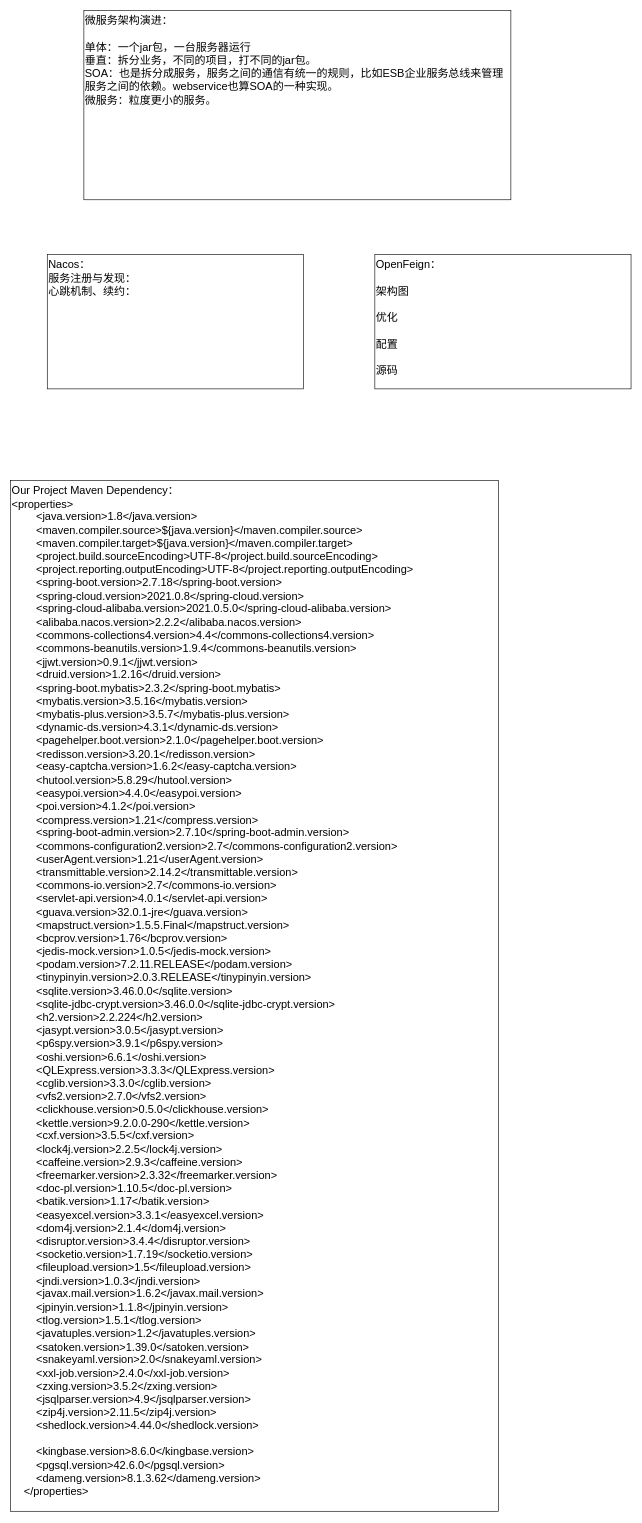
KGwolf/MyDraw keeps this draw.io diagram as JAVA/微服务.drawio. Above is the earlier version. Source tidied: cells renumbered, new cells numbered last; positions are measured from the earlier drawing's top-left corner, leaving out a move shared by most shapes. Both pictures are drawn from the tidied source at 61%, with x=0, y=0 at pixel (10, 10).
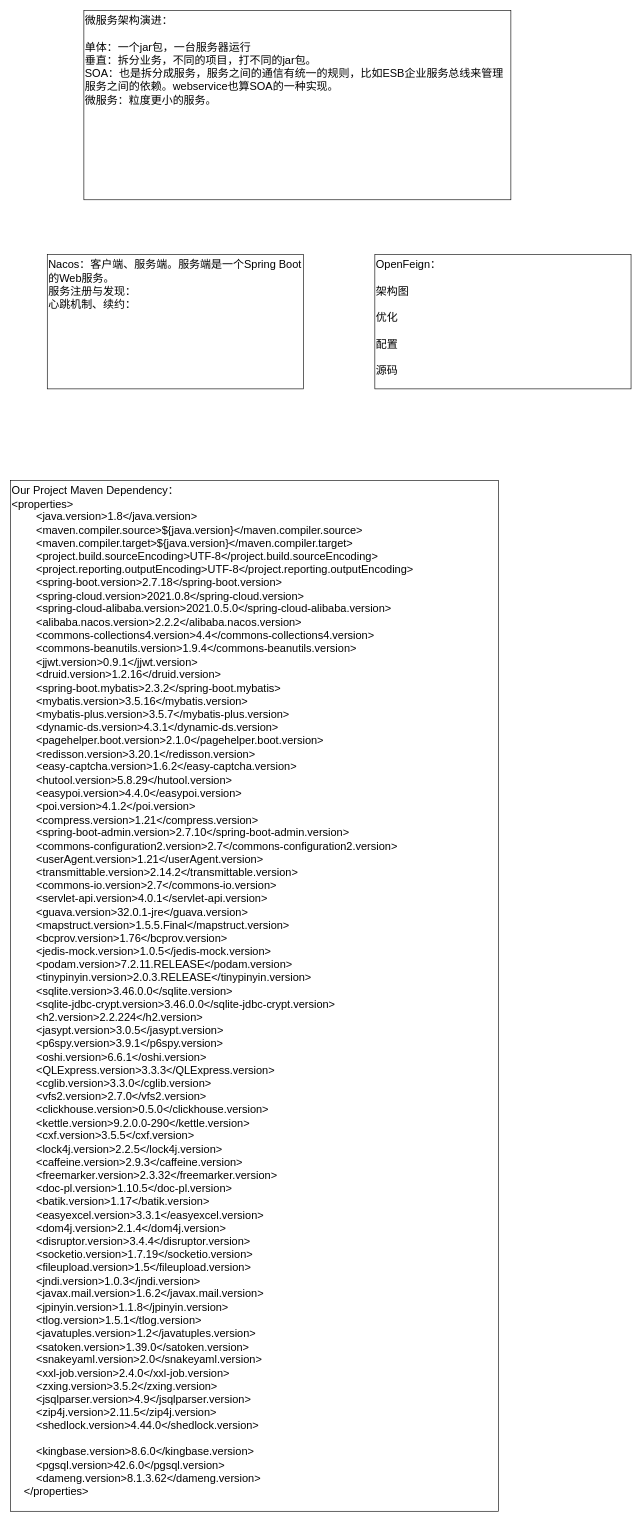
After the change.

Commit message:
更新微服务.drawio

The edit, as a diff of the source:
```diff
@@
 <mxGraphModel>
   <root>
     <mxCell id="0" />
     <mxCell id="1" parent="0" />
-    <mxCell id="2" value="Nacos：&lt;div&gt;服务注册与发现：&lt;/div&gt;&lt;div&gt;心跳机制、续约：&lt;br&gt;&lt;div&gt;&lt;br&gt;&lt;/div&gt;&lt;/div&gt;" style="rounded=0;whiteSpace=wrap;html=1;fontSize=18;verticalAlign=top;align=left;" parent="1" vertex="1">
+    <mxCell id="2" value="Nacos：客户端、服务端。服务端是一个Spring Boot的Web服务。&lt;div&gt;服务注册与发现：&lt;/div&gt;&lt;div&gt;心跳机制、续约：&lt;br&gt;&lt;div&gt;&lt;br&gt;&lt;/div&gt;&lt;/div&gt;" style="rounded=0;whiteSpace=wrap;html=1;fontSize=18;verticalAlign=top;align=left;" parent="1" vertex="1">
       <mxGeometry x="60" y="400" width="420" height="220" as="geometry" />
     </mxCell>
     <mxCell id="3" value="&lt;div&gt;OpenFeign：&lt;/div&gt;&lt;div&gt;&lt;br&gt;&lt;/div&gt;&lt;div&gt;架构图&lt;/div&gt;&lt;div&gt;&lt;br&gt;&lt;/div&gt;&lt;div&gt;优化&lt;/div&gt;&lt;div&gt;&lt;br&gt;&lt;/div&gt;&lt;div&gt;配置&lt;/div&gt;&lt;div&gt;&lt;br&gt;&lt;/div&gt;&lt;div&gt;源码&lt;/div&gt;" style="rounded=0;whiteSpace=wrap;html=1;fontSize=18;verticalAlign=top;align=left;" parent="1" vertex="1">
       <mxGeometry x="597" y="400" width="420" height="220" as="geometry" />
     </mxCell>
     <mxCell id="4" value="Our Project Maven Dependency：&lt;div&gt;&lt;div&gt;&amp;lt;properties&amp;gt;&lt;/div&gt;&lt;div&gt;&amp;nbsp; &amp;nbsp; &amp;nbsp; &amp;nbsp; &amp;lt;java.version&amp;gt;1.8&amp;lt;/java.version&amp;gt;&lt;/div&gt;&lt;div&gt;&amp;nbsp; &amp;nbsp; &amp;nbsp; &amp;nbsp; &amp;lt;maven.compiler.source&amp;gt;${java.version}&amp;lt;/maven.compiler.source&amp;gt;&lt;/div&gt;&lt;div&gt;&amp;nbsp; &amp;nbsp; &amp;nbsp; &amp;nbsp; &amp;lt;maven.compiler.target&amp;gt;${java.version}&amp;lt;/maven.compiler.target&amp;gt;&lt;/div&gt;&lt;div&gt;&amp;nbsp; &amp;nbsp; &amp;nbsp; &amp;nbsp; &amp;lt;project.build.sourceEncoding&amp;gt;UTF-8&amp;lt;/project.build.sourceEncoding&amp;gt;&lt;/div&gt;&lt;div&gt;&amp;nbsp; &amp;nbsp; &amp;nbsp; &amp;nbsp; &amp;lt;project.reporting.outputEncoding&amp;gt;UTF-8&amp;lt;/project.reporting.outputEncoding&amp;gt;&lt;/div&gt;&lt;div&gt;&amp;nbsp; &amp;nbsp; &amp;nbsp; &amp;nbsp; &amp;lt;spring-boot.version&amp;gt;2.7.18&amp;lt;/spring-boot.version&amp;gt;&lt;/div&gt;&lt;div&gt;&amp;nbsp; &amp;nbsp; &amp;nbsp; &amp;nbsp; &amp;lt;spring-cloud.version&amp;gt;2021.0.8&amp;lt;/spring-cloud.version&amp;gt;&lt;/div&gt;&lt;div&gt;&amp;nbsp; &amp;nbsp; &amp;nbsp; &amp;nbsp; &amp;lt;spring-cloud-alibaba.version&amp;gt;2021.0.5.0&amp;lt;/spring-cloud-alibaba.version&amp;gt;&lt;/div&gt;&lt;div&gt;&amp;nbsp; &amp;nbsp; &amp;nbsp; &amp;nbsp; &amp;lt;alibaba.nacos.version&amp;gt;2.2.2&amp;lt;/alibaba.nacos.version&amp;gt;&lt;/div&gt;&lt;div&gt;&amp;nbsp; &amp;nbsp; &amp;nbsp; &amp;nbsp; &amp;lt;commons-collections4.version&amp;gt;4.4&amp;lt;/commons-collections4.version&amp;gt;&lt;/div&gt;&lt;div&gt;&amp;nbsp; &amp;nbsp; &amp;nbsp; &amp;nbsp; &amp;lt;commons-beanutils.version&amp;gt;1.9.4&amp;lt;/commons-beanutils.version&amp;gt;&lt;/div&gt;&lt;div&gt;&amp;nbsp; &amp;nbsp; &amp;nbsp; &amp;nbsp; &amp;lt;jjwt.version&amp;gt;0.9.1&amp;lt;/jjwt.version&amp;gt;&lt;/div&gt;&lt;div&gt;&amp;nbsp; &amp;nbsp; &amp;nbsp; &amp;nbsp; &amp;lt;druid.version&amp;gt;1.2.16&amp;lt;/druid.version&amp;gt;&lt;/div&gt;&lt;div&gt;&amp;nbsp; &amp;nbsp; &amp;nbsp; &amp;nbsp; &amp;lt;spring-boot.mybatis&amp;gt;2.3.2&amp;lt;/spring-boot.mybatis&amp;gt;&lt;/div&gt;&lt;div&gt;&amp;nbsp; &amp;nbsp; &amp;nbsp; &amp;nbsp; &amp;lt;mybatis.version&amp;gt;3.5.16&amp;lt;/mybatis.version&amp;gt;&lt;/div&gt;&lt;div&gt;&amp;nbsp; &amp;nbsp; &amp;nbsp; &amp;nbsp; &amp;lt;mybatis-plus.version&amp;gt;3.5.7&amp;lt;/mybatis-plus.version&amp;gt;&lt;/div&gt;&lt;div&gt;&amp;nbsp; &amp;nbsp; &amp;nbsp; &amp;nbsp; &amp;lt;dynamic-ds.version&amp;gt;4.3.1&amp;lt;/dynamic-ds.version&amp;gt;&lt;/div&gt;&lt;div&gt;&amp;nbsp; &amp;nbsp; &amp;nbsp; &amp;nbsp; &amp;lt;pagehelper.boot.version&amp;gt;2.1.0&amp;lt;/pagehelper.boot.version&amp;gt;&lt;/div&gt;&lt;div&gt;&amp;nbsp; &amp;nbsp; &amp;nbsp; &amp;nbsp; &amp;lt;redisson.version&amp;gt;3.20.1&amp;lt;/redisson.version&amp;gt;&lt;/div&gt;&lt;div&gt;&amp;nbsp; &amp;nbsp; &amp;nbsp; &amp;nbsp; &amp;lt;easy-captcha.version&amp;gt;1.6.2&amp;lt;/easy-captcha.version&amp;gt;&lt;/div&gt;&lt;div&gt;&amp;nbsp; &amp;nbsp; &amp;nbsp; &amp;nbsp; &amp;lt;hutool.version&amp;gt;5.8.29&amp;lt;/hutool.version&amp;gt;&lt;/div&gt;&lt;div&gt;&amp;nbsp; &amp;nbsp; &amp;nbsp; &amp;nbsp; &amp;lt;easypoi.version&amp;gt;4.4.0&amp;lt;/easypoi.version&amp;gt;&lt;/div&gt;&lt;div&gt;&amp;nbsp; &amp;nbsp; &amp;nbsp; &amp;nbsp; &amp;lt;poi.version&amp;gt;4.1.2&amp;lt;/poi.version&amp;gt;&lt;/div&gt;&lt;div&gt;&amp;nbsp; &amp;nbsp; &amp;nbsp; &amp;nbsp; &amp;lt;compress.version&amp;gt;1.21&amp;lt;/compress.version&amp;gt;&lt;/div&gt;&lt;div&gt;&amp;nbsp; &amp;nbsp; &amp;nbsp; &amp;nbsp; &amp;lt;spring-boot-admin.version&amp;gt;2.7.10&amp;lt;/spring-boot-admin.version&amp;gt;&lt;/div&gt;&lt;div&gt;&amp;nbsp; &amp;nbsp; &amp;nbsp; &amp;nbsp; &amp;lt;commons-configuration2.version&amp;gt;2.7&amp;lt;/commons-configuration2.version&amp;gt;&lt;/div&gt;&lt;div&gt;&amp;nbsp; &amp;nbsp; &amp;nbsp; &amp;nbsp; &amp;lt;userAgent.version&amp;gt;1.21&amp;lt;/userAgent.version&amp;gt;&lt;/div&gt;&lt;div&gt;&amp;nbsp; &amp;nbsp; &amp;nbsp; &amp;nbsp; &amp;lt;transmittable.version&amp;gt;2.14.2&amp;lt;/transmittable.version&amp;gt;&lt;/div&gt;&lt;div&gt;&amp;nbsp; &amp;nbsp; &amp;nbsp; &amp;nbsp; &amp;lt;commons-io.version&amp;gt;2.7&amp;lt;/commons-io.version&amp;gt;&lt;/div&gt;&lt;div&gt;&amp;nbsp; &amp;nbsp; &amp;nbsp; &amp;nbsp; &amp;lt;servlet-api.version&amp;gt;4.0.1&amp;lt;/servlet-api.version&amp;gt;&lt;/div&gt;&lt;div&gt;&amp;nbsp; &amp;nbsp; &amp;nbsp; &amp;nbsp; &amp;lt;guava.version&amp;gt;32.0.1-jre&amp;lt;/guava.version&amp;gt;&lt;/div&gt;&lt;div&gt;&amp;nbsp; &amp;nbsp; &amp;nbsp; &amp;nbsp; &amp;lt;mapstruct.version&amp;gt;1.5.5.Final&amp;lt;/mapstruct.version&amp;gt;&lt;/div&gt;&lt;div&gt;&amp;nbsp; &amp;nbsp; &amp;nbsp; &amp;nbsp; &amp;lt;bcprov.version&amp;gt;1.76&amp;lt;/bcprov.version&amp;gt;&lt;/div&gt;&lt;div&gt;&amp;nbsp; &amp;nbsp; &amp;nbsp; &amp;nbsp; &amp;lt;jedis-mock.version&amp;gt;1.0.5&amp;lt;/jedis-mock.version&amp;gt;&lt;/div&gt;&lt;div&gt;&amp;nbsp; &amp;nbsp; &amp;nbsp; &amp;nbsp; &amp;lt;podam.version&amp;gt;7.2.11.RELEASE&amp;lt;/podam.version&amp;gt;&lt;/div&gt;&lt;div&gt;&amp;nbsp; &amp;nbsp; &amp;nbsp; &amp;nbsp; &amp;lt;tinypinyin.version&amp;gt;2.0.3.RELEASE&amp;lt;/tinypinyin.version&amp;gt;&lt;/div&gt;&lt;div&gt;&amp;nbsp; &amp;nbsp; &amp;nbsp; &amp;nbsp; &amp;lt;sqlite.version&amp;gt;3.46.0.0&amp;lt;/sqlite.version&amp;gt;&lt;/div&gt;&lt;div&gt;&amp;nbsp; &amp;nbsp; &amp;nbsp; &amp;nbsp; &amp;lt;sqlite-jdbc-crypt.version&amp;gt;3.46.0.0&amp;lt;/sqlite-jdbc-crypt.version&amp;gt;&lt;/div&gt;&lt;div&gt;&amp;nbsp; &amp;nbsp; &amp;nbsp; &amp;nbsp; &amp;lt;h2.version&amp;gt;2.2.224&amp;lt;/h2.version&amp;gt;&lt;/div&gt;&lt;div&gt;&amp;nbsp; &amp;nbsp; &amp;nbsp; &amp;nbsp; &amp;lt;jasypt.version&amp;gt;3.0.5&amp;lt;/jasypt.version&amp;gt;&lt;/div&gt;&lt;div&gt;&amp;nbsp; &amp;nbsp; &amp;nbsp; &amp;nbsp; &amp;lt;p6spy.version&amp;gt;3.9.1&amp;lt;/p6spy.version&amp;gt;&lt;/div&gt;&lt;div&gt;&amp;nbsp; &amp;nbsp; &amp;nbsp; &amp;nbsp; &amp;lt;oshi.version&amp;gt;6.6.1&amp;lt;/oshi.version&amp;gt;&lt;/div&gt;&lt;div&gt;&amp;nbsp; &amp;nbsp; &amp;nbsp; &amp;nbsp; &amp;lt;QLExpress.version&amp;gt;3.3.3&amp;lt;/QLExpress.version&amp;gt;&lt;/div&gt;&lt;div&gt;&amp;nbsp; &amp;nbsp; &amp;nbsp; &amp;nbsp; &amp;lt;cglib.version&amp;gt;3.3.0&amp;lt;/cglib.version&amp;gt;&lt;/div&gt;&lt;div&gt;&amp;nbsp; &amp;nbsp; &amp;nbsp; &amp;nbsp; &amp;lt;vfs2.version&amp;gt;2.7.0&amp;lt;/vfs2.version&amp;gt;&lt;/div&gt;&lt;div&gt;&amp;nbsp; &amp;nbsp; &amp;nbsp; &amp;nbsp; &amp;lt;clickhouse.version&amp;gt;0.5.0&amp;lt;/clickhouse.version&amp;gt;&lt;/div&gt;&lt;div&gt;&amp;nbsp; &amp;nbsp; &amp;nbsp; &amp;nbsp; &amp;lt;kettle.version&amp;gt;9.2.0.0-290&amp;lt;/kettle.version&amp;gt;&lt;/div&gt;&lt;div&gt;&amp;nbsp; &amp;nbsp; &amp;nbsp; &amp;nbsp; &amp;lt;cxf.version&amp;gt;3.5.5&amp;lt;/cxf.version&amp;gt;&lt;/div&gt;&lt;div&gt;&amp;nbsp; &amp;nbsp; &amp;nbsp; &amp;nbsp; &amp;lt;lock4j.version&amp;gt;2.2.5&amp;lt;/lock4j.version&amp;gt;&lt;/div&gt;&lt;div&gt;&amp;nbsp; &amp;nbsp; &amp;nbsp; &amp;nbsp; &amp;lt;caffeine.version&amp;gt;2.9.3&amp;lt;/caffeine.version&amp;gt;&lt;/div&gt;&lt;div&gt;&amp;nbsp; &amp;nbsp; &amp;nbsp; &amp;nbsp; &amp;lt;freemarker.version&amp;gt;2.3.32&amp;lt;/freemarker.version&amp;gt;&lt;/div&gt;&lt;div&gt;&amp;nbsp; &amp;nbsp; &amp;nbsp; &amp;nbsp; &amp;lt;doc-pl.version&amp;gt;1.10.5&amp;lt;/doc-pl.version&amp;gt;&lt;/div&gt;&lt;div&gt;&amp;nbsp; &amp;nbsp; &amp;nbsp; &amp;nbsp; &amp;lt;batik.version&amp;gt;1.17&amp;lt;/batik.version&amp;gt;&lt;/div&gt;&lt;div&gt;&amp;nbsp; &amp;nbsp; &amp;nbsp; &amp;nbsp; &amp;lt;easyexcel.version&amp;gt;3.3.1&amp;lt;/easyexcel.version&amp;gt;&lt;/div&gt;&lt;div&gt;&amp;nbsp; &amp;nbsp; &amp;nbsp; &amp;nbsp; &amp;lt;dom4j.version&amp;gt;2.1.4&amp;lt;/dom4j.version&amp;gt;&lt;/div&gt;&lt;div&gt;&amp;nbsp; &amp;nbsp; &amp;nbsp; &amp;nbsp; &amp;lt;disruptor.version&amp;gt;3.4.4&amp;lt;/disruptor.version&amp;gt;&lt;/div&gt;&lt;div&gt;&amp;nbsp; &amp;nbsp; &amp;nbsp; &amp;nbsp; &amp;lt;socketio.version&amp;gt;1.7.19&amp;lt;/socketio.version&amp;gt;&lt;/div&gt;&lt;div&gt;&amp;nbsp; &amp;nbsp; &amp;nbsp; &amp;nbsp; &amp;lt;fileupload.version&amp;gt;1.5&amp;lt;/fileupload.version&amp;gt;&lt;/div&gt;&lt;div&gt;&amp;nbsp; &amp;nbsp; &amp;nbsp; &amp;nbsp; &amp;lt;jndi.version&amp;gt;1.0.3&amp;lt;/jndi.version&amp;gt;&lt;/div&gt;&lt;div&gt;&amp;nbsp; &amp;nbsp; &amp;nbsp; &amp;nbsp; &amp;lt;javax.mail.version&amp;gt;1.6.2&amp;lt;/javax.mail.version&amp;gt;&lt;/div&gt;&lt;div&gt;&amp;nbsp; &amp;nbsp; &amp;nbsp; &amp;nbsp; &amp;lt;jpinyin.version&amp;gt;1.1.8&amp;lt;/jpinyin.version&amp;gt;&lt;/div&gt;&lt;div&gt;&amp;nbsp; &amp;nbsp; &amp;nbsp; &amp;nbsp; &amp;lt;tlog.version&amp;gt;1.5.1&amp;lt;/tlog.version&amp;gt;&lt;/div&gt;&lt;div&gt;&amp;nbsp; &amp;nbsp; &amp;nbsp; &amp;nbsp; &amp;lt;javatuples.version&amp;gt;1.2&amp;lt;/javatuples.version&amp;gt;&lt;/div&gt;&lt;div&gt;&amp;nbsp; &amp;nbsp; &amp;nbsp; &amp;nbsp; &amp;lt;satoken.version&amp;gt;1.39.0&amp;lt;/satoken.version&amp;gt;&lt;/div&gt;&lt;div&gt;&amp;nbsp; &amp;nbsp; &amp;nbsp; &amp;nbsp; &amp;lt;snakeyaml.version&amp;gt;2.0&amp;lt;/snakeyaml.version&amp;gt;&lt;/div&gt;&lt;div&gt;&amp;nbsp; &amp;nbsp; &amp;nbsp; &amp;nbsp; &amp;lt;xxl-job.version&amp;gt;2.4.0&amp;lt;/xxl-job.version&amp;gt;&lt;/div&gt;&lt;div&gt;&amp;nbsp; &amp;nbsp; &amp;nbsp; &amp;nbsp; &amp;lt;zxing.version&amp;gt;3.5.2&amp;lt;/zxing.version&amp;gt;&lt;/div&gt;&lt;div&gt;&amp;nbsp; &amp;nbsp; &amp;nbsp; &amp;nbsp; &amp;lt;jsqlparser.version&amp;gt;4.9&amp;lt;/jsqlparser.version&amp;gt;&lt;/div&gt;&lt;div&gt;&amp;nbsp; &amp;nbsp; &amp;nbsp; &amp;nbsp; &amp;lt;zip4j.version&amp;gt;2.11.5&amp;lt;/zip4j.version&amp;gt;&lt;/div&gt;&lt;div&gt;&amp;nbsp; &amp;nbsp; &amp;nbsp; &amp;nbsp; &amp;lt;shedlock.version&amp;gt;4.44.0&amp;lt;/shedlock.version&amp;gt;&lt;/div&gt;&lt;div&gt;&lt;br&gt;&lt;/div&gt;&lt;div&gt;&amp;nbsp; &amp;nbsp; &amp;nbsp; &amp;nbsp; &amp;lt;kingbase.version&amp;gt;8.6.0&amp;lt;/kingbase.version&amp;gt;&lt;/div&gt;&lt;div&gt;&amp;nbsp; &amp;nbsp; &amp;nbsp; &amp;nbsp; &amp;lt;pgsql.version&amp;gt;42.6.0&amp;lt;/pgsql.version&amp;gt;&lt;/div&gt;&lt;div&gt;&amp;nbsp; &amp;nbsp; &amp;nbsp; &amp;nbsp; &amp;lt;dameng.version&amp;gt;8.1.3.62&amp;lt;/dameng.version&amp;gt;&lt;/div&gt;&lt;div&gt;&amp;nbsp; &amp;nbsp; &amp;lt;/properties&amp;gt;&lt;/div&gt;&lt;div&gt;&lt;br&gt;&lt;/div&gt;&lt;/div&gt;" style="rounded=0;whiteSpace=wrap;html=1;fontSize=18;verticalAlign=top;align=left;" parent="1" vertex="1">
       <mxGeometry y="770" width="800" height="1690" as="geometry" />
     </mxCell>
     <mxCell id="5" value="微服务架构演进：&lt;div&gt;&lt;br&gt;&lt;/div&gt;&lt;div&gt;单体：一个jar包，一台服务器运行&lt;/div&gt;&lt;div&gt;垂直：拆分业务，不同的项目，打不同的jar包。&lt;/div&gt;&lt;div&gt;SOA：也是拆分成服务，服务之间的通信有统一的规则，比如ESB企业服务总线来管理服务之间的依赖。webservice也算SOA的一种实现。&lt;/div&gt;&lt;div&gt;微服务：粒度更小的服务。&lt;br&gt;&lt;div&gt;&lt;br&gt;&lt;/div&gt;&lt;/div&gt;" style="rounded=0;whiteSpace=wrap;html=1;fontSize=18;verticalAlign=top;align=left;" parent="1" vertex="1">
       <mxGeometry x="120" width="700" height="310" as="geometry" />
     </mxCell>
   </root>
 </mxGraphModel>
```
